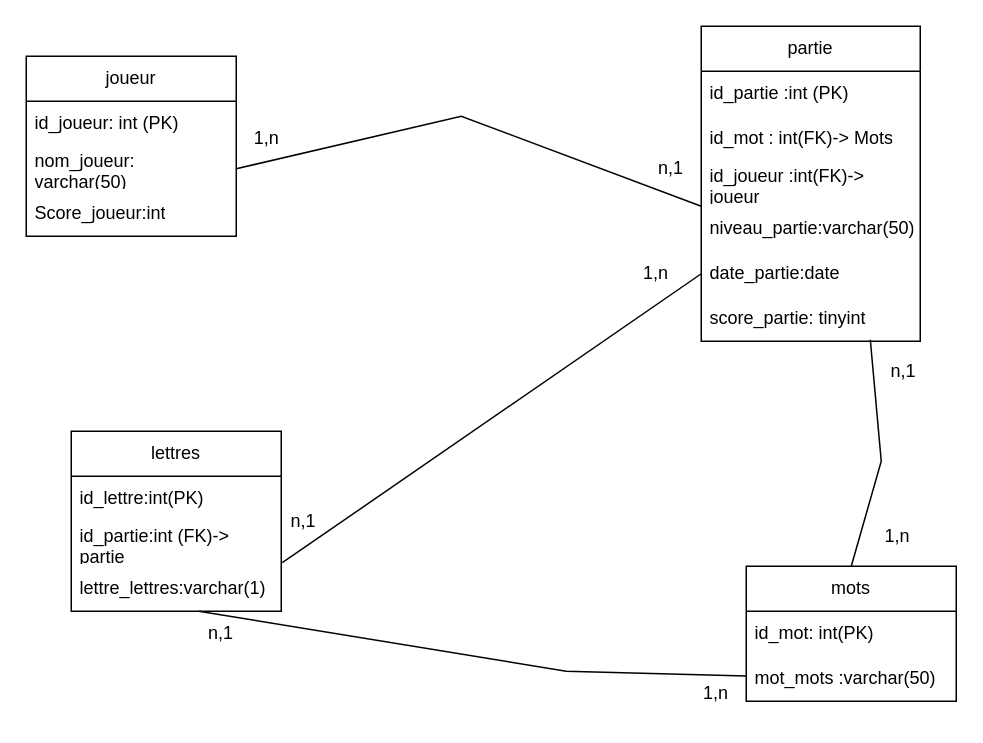
Earlier version of the draw.io diagram mcd pendu.drawio (achraf768/penduBDD). Source tidied: cells renumbered, new cells numbered last; positions are measured from the earlier drawing's top-left corner, leaving out a move shared by most shapes. Both pictures are drawn from the tidied source at 150%, with x=0, y=0 at pixel (26, 26).
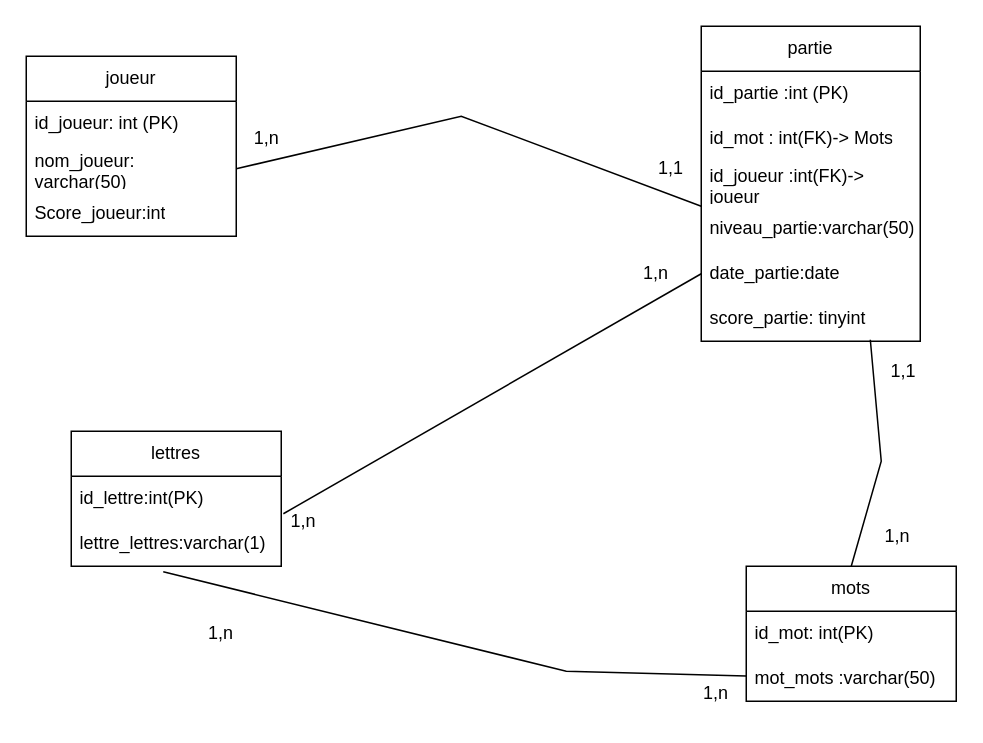
The same diagram, later.

Commit message:
Mettre à jour mcd pendu.drawio

Unchanged cells that the change refers to:
```xml
<mxCell id="4" value="mot_mots :varchar(50)" style="text;strokeColor=none;fillColor=none;align=left;verticalAlign=middle;spacingLeft=4;spacingRight=4;overflow=hidden;points=[[0,0.5],[1,0.5]];portConstraint=eastwest;whiteSpace=wrap;html=1;" parent="2" vertex="1">
  <mxGeometry y="60" width="140" height="30" as="geometry" />
</mxCell>
<mxCell id="10" value="date_partie:date" style="text;strokeColor=none;fillColor=none;align=left;verticalAlign=middle;spacingLeft=4;spacingRight=4;overflow=hidden;points=[[0,0.5],[1,0.5]];portConstraint=eastwest;whiteSpace=wrap;html=1;" parent="5" vertex="1">
  <mxGeometry y="150" width="146" height="30" as="geometry" />
</mxCell>
<mxCell id="17" value="id_lettre:int(PK)" style="text;strokeColor=none;fillColor=none;align=left;verticalAlign=middle;spacingLeft=4;spacingRight=4;overflow=hidden;points=[[0,0.5],[1,0.5]];portConstraint=eastwest;whiteSpace=wrap;html=1;" parent="16" vertex="1">
  <mxGeometry y="30" width="140" height="30" as="geometry" />
</mxCell>
```

The edit, as a diff of the source:
```diff
@@
     <mxCell id="16" value="lettres" style="swimlane;fontStyle=0;horizontal=1;startSize=30;whiteSpace=wrap;html=1;" parent="1" vertex="1">
-      <mxGeometry x="30" y="270" width="140" height="120" as="geometry" />
+      <mxGeometry x="30" y="270" width="140" height="90" as="geometry" />
     </mxCell>
@@
-    <mxCell id="18" value="id_partie:int (FK)-&amp;gt; partie" style="text;strokeColor=none;fillColor=none;align=left;verticalAlign=middle;spacingLeft=4;spacingRight=4;overflow=hidden;points=[[0,0.5],[1,0.5]];portConstraint=eastwest;whiteSpace=wrap;html=1;" parent="16" vertex="1">
-      <mxGeometry y="60" width="140" height="30" as="geometry" />
-    </mxCell>
     <mxCell id="19" value="lettre_lettres:varchar(1)" style="text;strokeColor=none;fillColor=none;align=left;verticalAlign=middle;spacingLeft=4;spacingRight=4;overflow=hidden;points=[[0,0.5],[1,0.5]];portConstraint=eastwest;whiteSpace=wrap;html=1;" parent="16" vertex="1">
-      <mxGeometry y="90" width="140" height="30" as="geometry" />
+      <mxGeometry y="60" width="140" height="30" as="geometry" />
     </mxCell>
-    <mxCell id="20" value="n,1" style="text;html=1;strokeColor=none;fillColor=none;align=center;verticalAlign=middle;whiteSpace=wrap;rounded=0;" parent="1" vertex="1">
+    <mxCell id="20" value="1,n" style="text;html=1;strokeColor=none;fillColor=none;align=center;verticalAlign=middle;whiteSpace=wrap;rounded=0;" parent="1" vertex="1">
       <mxGeometry x="170" y="320" width="30" height="20" as="geometry" />
     </mxCell>
@@
-    <mxCell id="23" value="n,1" style="text;html=1;strokeColor=none;fillColor=none;align=center;verticalAlign=middle;whiteSpace=wrap;rounded=0;" parent="1" vertex="1">
+    <mxCell id="23" value="1,1" style="text;html=1;strokeColor=none;fillColor=none;align=center;verticalAlign=middle;whiteSpace=wrap;rounded=0;" parent="1" vertex="1">
       <mxGeometry x="400" y="80" width="60" height="30" as="geometry" />
     </mxCell>
-    <mxCell id="24" value="n,1" style="text;html=1;strokeColor=none;fillColor=none;align=center;verticalAlign=middle;whiteSpace=wrap;rounded=0;" parent="1" vertex="1">
+    <mxCell id="24" value="1,1" style="text;html=1;strokeColor=none;fillColor=none;align=center;verticalAlign=middle;whiteSpace=wrap;rounded=0;" parent="1" vertex="1">
       <mxGeometry x="570" y="220" width="30" height="20" as="geometry" />
     </mxCell>
@@
-    <mxCell id="28" style="endArrow=none;html=1;rounded=0;entryX=0;entryY=0.5;entryDx=0;entryDy=0;exitX=1.005;exitY=0.922;exitDx=0;exitDy=0;exitPerimeter=0;" parent="1" edge="1" source="18" target="10">
+    <mxCell id="28" style="endArrow=none;html=1;rounded=0;entryX=0;entryY=0.5;entryDx=0;entryDy=0;exitX=1.01;exitY=0.833;exitDx=0;exitDy=0;exitPerimeter=0;" parent="1" edge="1" source="17" target="10">
       <mxGeometry relative="1" as="geometry" />
     </mxCell>
-    <mxCell id="29" style="endArrow=none;html=1;rounded=0;exitX=0.25;exitY=0;exitDx=0;exitDy=0;" parent="1" edge="1" source="30" target="4">
+    <mxCell id="29" style="endArrow=none;html=1;rounded=0;exitX=0.438;exitY=1.122;exitDx=0;exitDy=0;exitPerimeter=0;" parent="1" edge="1" source="19" target="4">
       <mxGeometry relative="1" as="geometry">
         <Array as="points">
           <mxPoint x="360" y="430" />
         </Array>
       </mxGeometry>
     </mxCell>
-    <mxCell id="30" value="n,1" style="text;html=1;strokeColor=none;fillColor=none;align=center;verticalAlign=middle;whiteSpace=wrap;rounded=0;" parent="1" vertex="1">
+    <mxCell id="30" value="1,n" style="text;html=1;strokeColor=none;fillColor=none;align=center;verticalAlign=middle;whiteSpace=wrap;rounded=0;" parent="1" vertex="1">
       <mxGeometry x="100" y="390" width="60" height="30" as="geometry" />
     </mxCell>
```
